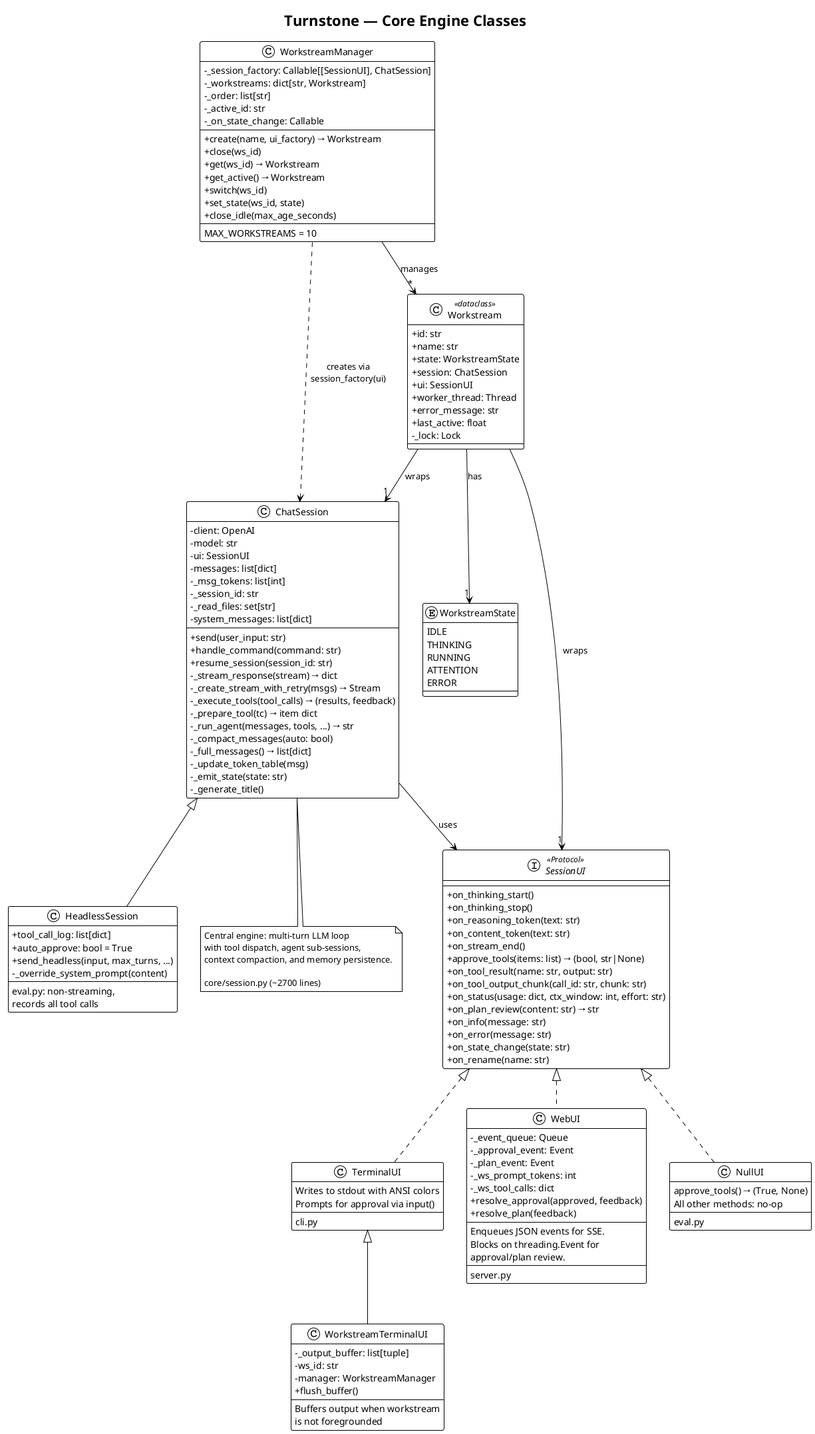
Before: docs/diagrams/png/03-core-engine-classes.png, a diagram exported from PlantUML (turnstonelabs/turnstone).
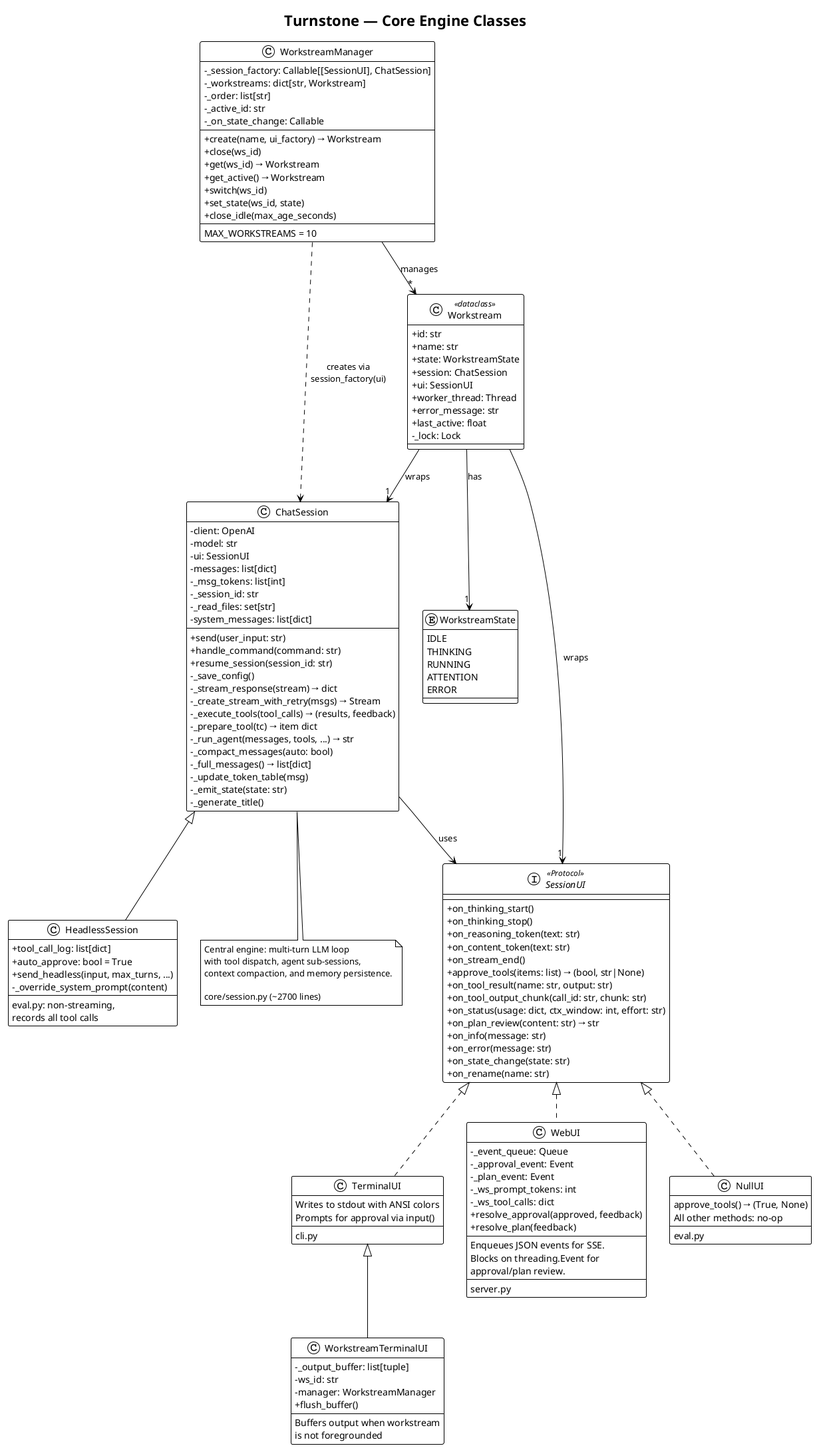
The same diagram one commit later.

Commit message:
Harden session persistence: config storage, interrupted repair, prune tests

Diff of the diagram source:
```diff
@@ -74,6 +74,7 @@
     + send(user_input: str)
     + handle_command(command: str)
     + resume_session(session_id: str)
+    - _save_config()
     - _stream_response(stream) → dict
     - _create_stream_with_retry(msgs) → Stream
     - _execute_tools(tool_calls) → (results, feedback)
```
